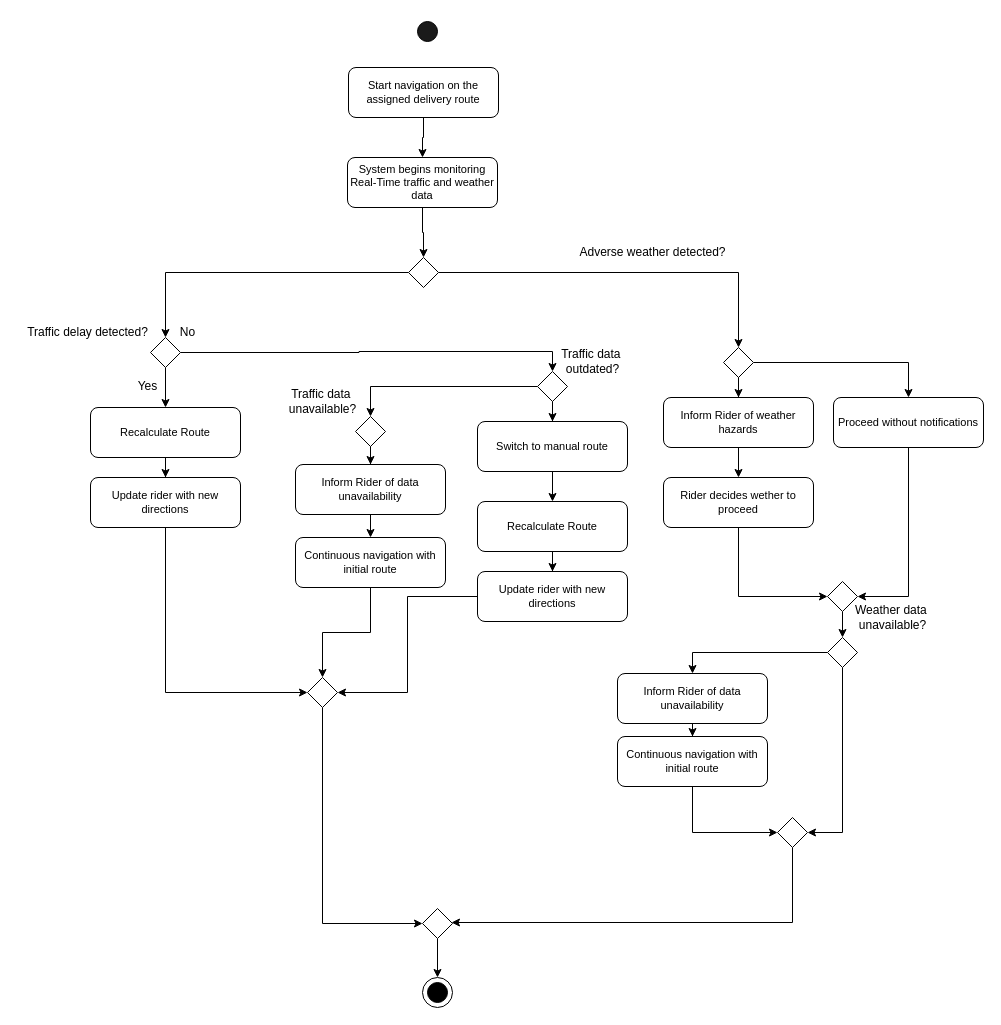
The draw.io diagram page "Page-2" (2 of 26) of Activity Diagram UC-1.drawio in IamSaqibJaved/Diagrams, before the edit. Source tidied: cells renumbered, new cells numbered last; positions are measured from the earlier drawing's top-left corner, leaving out a move shared by most shapes. Both pictures are drawn from the tidied source at 100%, with x=0, y=0 at pixel (17, 21).
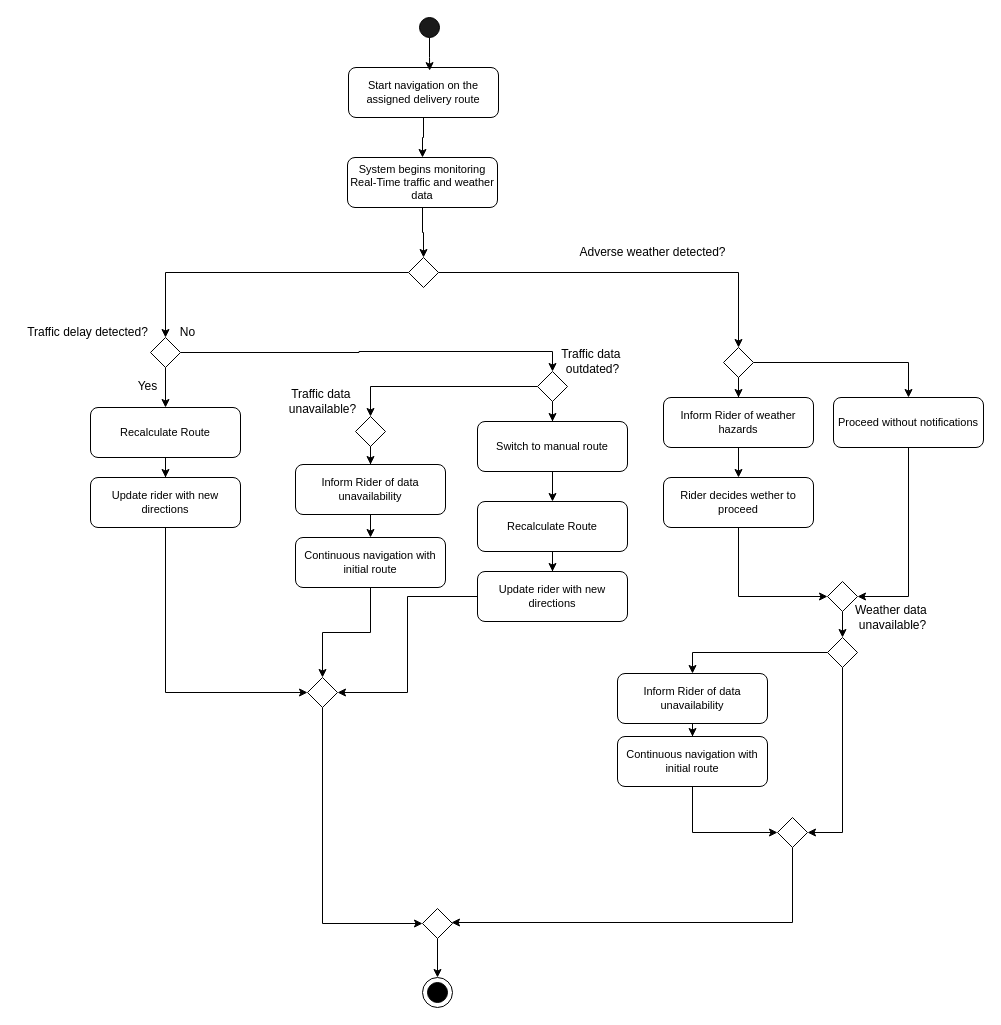
The same diagram, later.

The change refers to these unchanged cells:
```xml
<mxCell id="4" value="Start navigation on the assigned delivery route" style="rounded=1;whiteSpace=wrap;html=1;align=center;fontSize=11;" parent="1" vertex="1">
  <mxGeometry x="331" y="46" width="150" height="50" as="geometry" />
</mxCell>
```

Change to the diagram source:
```diff
@@
     <mxCell id="2" style="ellipse;whiteSpace=wrap;html=1;fillColor=#1A1A1A;" parent="1" vertex="1">
-      <mxGeometry x="400" width="20" height="20" as="geometry" />
+      <mxGeometry x="402" y="-4" width="20" height="20" as="geometry" />
     </mxCell>
@@
+    <mxCell id="69" style="edgeStyle=orthogonalEdgeStyle;rounded=0;jettySize=auto;html=1;entryX=0.541;entryY=0.063;entryDx=0;entryDy=0;entryPerimeter=0;" parent="1" edge="1" source="2" target="4">
+      <mxGeometry relative="1" as="geometry" />
+    </mxCell>
```
